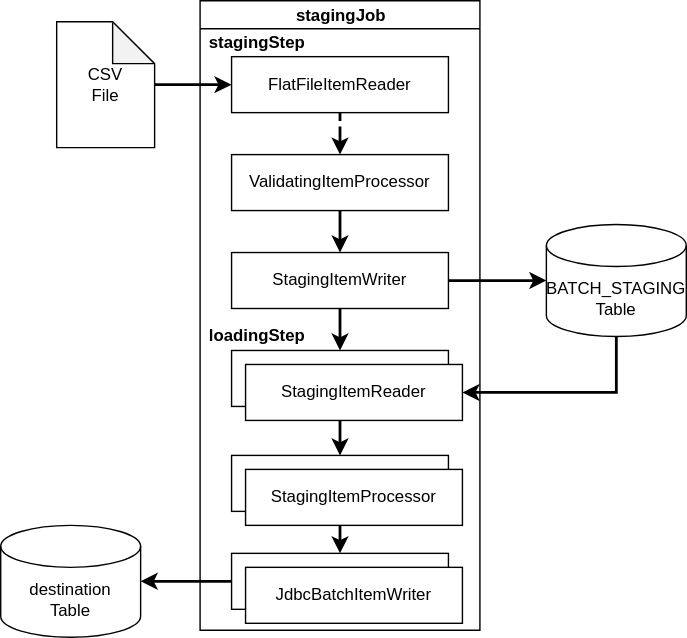
The draw.io diagram images/stagingJob.svg in desprez/springbatch-patterns, before a commit. Source tidied: cells renumbered, new cells last; positions are measured from the earlier drawing's top-left corner, leaving out a move shared by most shapes.
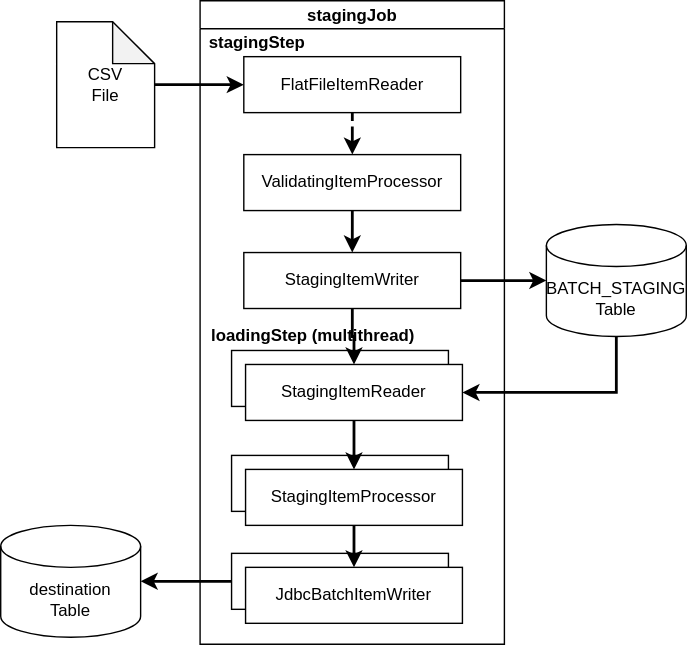
After the commit.

Commit message:
add stagingJob schema

The edit, as a diff of the source:
```diff
@@ -2,81 +2,81 @@
   <root>
     <mxCell id="0" />
     <mxCell id="1" parent="0" />
-    <mxCell id="2" style="edgeStyle=orthogonalEdgeStyle;rounded=0;jettySize=auto;html=1;strokeWidth=2;entryX=0;entryY=0.5;entryDx=0;entryDy=0;" parent="1" edge="1" source="3" target="15">
+    <mxCell id="2" style="edgeStyle=orthogonalEdgeStyle;rounded=0;jettySize=auto;html=1;strokeWidth=2;entryX=0;entryY=0.5;entryDx=0;entryDy=0;" parent="1" edge="1" source="3" target="13">
       <mxGeometry relative="1" as="geometry" />
     </mxCell>
     <mxCell id="3" value="&lt;div&gt;CSV&lt;/div&gt;&lt;div&gt;File&lt;br&gt;&lt;/div&gt;" style="shape=note;whiteSpace=wrap;html=1;backgroundOutline=1;darkOpacity=0.05;" parent="1" vertex="1">
       <mxGeometry x="40" y="15" width="70" height="90" as="geometry" />
     </mxCell>
     <mxCell id="4" value="stagingJob" style="swimlane;html=1;startSize=20;horizontal=1;containerType=tree;labelPosition=center;verticalLabelPosition=middle;align=center;verticalAlign=bottom;" parent="1" vertex="1">
-      <mxGeometry x="142.5" width="200" height="450" as="geometry" />
+      <mxGeometry x="142.5" width="217.5" height="460" as="geometry" />
     </mxCell>
-    <mxCell id="5" style="edgeStyle=elbowEdgeStyle;elbow=vertical;startArrow=none;endArrow=classic;rounded=0;strokeWidth=2;startFill=0;endFill=1;" parent="4" edge="1" source="6" target="9">
-      <mxGeometry relative="1" as="geometry" />
+    <mxCell id="5" value="StagingItemReader" style="whiteSpace=wrap;html=1;newEdgeStyle={&quot;edgeStyle&quot;:&quot;elbowEdgeStyle&quot;,&quot;startArrow&quot;:&quot;none&quot;,&quot;endArrow&quot;:&quot;none&quot;};" parent="4" vertex="1">
+      <mxGeometry x="22.5" y="250" width="155" height="40" as="geometry" />
     </mxCell>
-    <mxCell id="6" value="StagingItemReader" style="whiteSpace=wrap;html=1;newEdgeStyle={&quot;edgeStyle&quot;:&quot;elbowEdgeStyle&quot;,&quot;startArrow&quot;:&quot;none&quot;,&quot;endArrow&quot;:&quot;none&quot;};" parent="4" vertex="1">
-      <mxGeometry x="22.5" y="250" width="155" height="40" as="geometry" />
+    <mxCell id="6" value="JdbcBatchItemWriter" style="whiteSpace=wrap;html=1;newEdgeStyle={&quot;edgeStyle&quot;:&quot;elbowEdgeStyle&quot;,&quot;startArrow&quot;:&quot;none&quot;,&quot;endArrow&quot;:&quot;none&quot;};" parent="4" vertex="1">
+      <mxGeometry x="22.5" y="395" width="155" height="40" as="geometry" />
     </mxCell>
-    <mxCell id="7" value="JdbcBatchItemWriter" style="whiteSpace=wrap;html=1;newEdgeStyle={&quot;edgeStyle&quot;:&quot;elbowEdgeStyle&quot;,&quot;startArrow&quot;:&quot;none&quot;,&quot;endArrow&quot;:&quot;none&quot;};" parent="4" vertex="1">
-      <mxGeometry x="22.5" y="395" width="155" height="40" as="geometry" />
+    <mxCell id="7" value="StagingItemProcessor" style="whiteSpace=wrap;html=1;newEdgeStyle={&quot;edgeStyle&quot;:&quot;elbowEdgeStyle&quot;,&quot;startArrow&quot;:&quot;none&quot;,&quot;endArrow&quot;:&quot;none&quot;};" parent="4" vertex="1">
+      <mxGeometry x="22.5" y="325" width="155" height="40" as="geometry" />
     </mxCell>
-    <mxCell id="8" style="edgeStyle=elbowEdgeStyle;elbow=vertical;startArrow=none;endArrow=classic;rounded=0;endFill=1;strokeWidth=2;" parent="4" edge="1" source="9" target="7">
-      <mxGeometry relative="1" as="geometry" />
+    <mxCell id="8" value="loadingStep (multithread)" style="text;html=1;align=center;verticalAlign=middle;fontStyle=1;" parent="4" vertex="1">
+      <mxGeometry y="230" width="160" height="20" as="geometry" />
     </mxCell>
-    <mxCell id="9" value="StagingItemProcessor" style="whiteSpace=wrap;html=1;newEdgeStyle={&quot;edgeStyle&quot;:&quot;elbowEdgeStyle&quot;,&quot;startArrow&quot;:&quot;none&quot;,&quot;endArrow&quot;:&quot;none&quot;};" parent="4" vertex="1">
-      <mxGeometry x="22.5" y="325" width="155" height="40" as="geometry" />
+    <mxCell id="9" value="stagingStep" style="text;html=1;align=center;verticalAlign=middle;points=[];fontStyle=1;" parent="4" vertex="1">
+      <mxGeometry y="20" width="80" height="20" as="geometry" />
     </mxCell>
-    <mxCell id="10" value="loadingStep" style="text;html=1;align=center;verticalAlign=middle;fontStyle=1;" parent="4" vertex="1">
-      <mxGeometry y="230" width="80" height="20" as="geometry" />
+    <mxCell id="10" style="edgeStyle=orthogonalEdgeStyle;rounded=0;jettySize=auto;html=1;strokeWidth=2;entryX=0.5;entryY=0;entryDx=0;entryDy=0;" parent="4" edge="1" source="11" target="14">
+      <mxGeometry relative="1" as="geometry" />
     </mxCell>
-    <mxCell id="11" value="stagingStep" style="text;html=1;align=center;verticalAlign=middle;points=[];fontStyle=1;" parent="4" vertex="1">
-      <mxGeometry y="20" width="80" height="20" as="geometry" />
+    <mxCell id="11" value="ValidatingItemProcessor" style="whiteSpace=wrap;html=1;newEdgeStyle={&quot;edgeStyle&quot;:&quot;elbowEdgeStyle&quot;,&quot;startArrow&quot;:&quot;none&quot;,&quot;endArrow&quot;:&quot;none&quot;};" parent="4" vertex="1">
+      <mxGeometry x="31.2" y="110" width="155" height="40" as="geometry" />
     </mxCell>
-    <mxCell id="12" style="edgeStyle=orthogonalEdgeStyle;rounded=0;jettySize=auto;html=1;strokeWidth=2;entryX=0.5;entryY=0;entryDx=0;entryDy=0;" parent="4" edge="1" source="13" target="17">
+    <mxCell id="12" style="edgeStyle=orthogonalEdgeStyle;rounded=0;jettySize=auto;html=1;dashed=1;strokeWidth=2;" parent="4" edge="1" source="13" target="11">
       <mxGeometry relative="1" as="geometry" />
     </mxCell>
-    <mxCell id="13" value="ValidatingItemProcessor" style="whiteSpace=wrap;html=1;newEdgeStyle={&quot;edgeStyle&quot;:&quot;elbowEdgeStyle&quot;,&quot;startArrow&quot;:&quot;none&quot;,&quot;endArrow&quot;:&quot;none&quot;};" parent="4" vertex="1">
-      <mxGeometry x="22.5" y="110" width="155" height="40" as="geometry" />
+    <mxCell id="13" value="FlatFileItemReader" style="whiteSpace=wrap;html=1;newEdgeStyle={&quot;edgeStyle&quot;:&quot;elbowEdgeStyle&quot;,&quot;startArrow&quot;:&quot;none&quot;,&quot;endArrow&quot;:&quot;none&quot;};" parent="4" vertex="1">
+      <mxGeometry x="31.2" y="40" width="155" height="40" as="geometry" />
     </mxCell>
-    <mxCell id="14" style="edgeStyle=orthogonalEdgeStyle;rounded=0;jettySize=auto;html=1;dashed=1;strokeWidth=2;" parent="4" edge="1" source="15" target="13">
-      <mxGeometry relative="1" as="geometry" />
+    <mxCell id="14" value="StagingItemWriter" style="whiteSpace=wrap;html=1;newEdgeStyle={&quot;edgeStyle&quot;:&quot;elbowEdgeStyle&quot;,&quot;startArrow&quot;:&quot;none&quot;,&quot;endArrow&quot;:&quot;none&quot;};" parent="4" vertex="1">
+      <mxGeometry x="31.2" y="180" width="155" height="40" as="geometry" />
     </mxCell>
-    <mxCell id="15" value="FlatFileItemReader" style="whiteSpace=wrap;html=1;newEdgeStyle={&quot;edgeStyle&quot;:&quot;elbowEdgeStyle&quot;,&quot;startArrow&quot;:&quot;none&quot;,&quot;endArrow&quot;:&quot;none&quot;};" parent="4" vertex="1">
-      <mxGeometry x="22.5" y="40" width="155" height="40" as="geometry" />
+    <mxCell id="15" style="edgeStyle=orthogonalEdgeStyle;rounded=0;jettySize=auto;html=1;entryX=1;entryY=0.5;entryDx=0;entryDy=0;strokeWidth=2;" parent="1" edge="1" source="16" target="21">
+      <mxGeometry relative="1" as="geometry">
+        <Array as="points">
+          <mxPoint x="440" y="280" />
+        </Array>
+      </mxGeometry>
     </mxCell>
-    <mxCell id="16" style="edgeStyle=orthogonalEdgeStyle;rounded=0;jettySize=auto;html=1;strokeWidth=2;" parent="4" edge="1" source="17" target="6">
-      <mxGeometry relative="1" as="geometry" />
+    <mxCell id="16" value="&lt;div&gt;BATCH_STAGING&lt;/div&gt;&lt;div&gt;Table&lt;/div&gt;" style="shape=cylinder3;whiteSpace=wrap;html=1;boundedLbl=1;backgroundOutline=1;size=15;" parent="1" vertex="1">
+      <mxGeometry x="390" y="160" width="100" height="80" as="geometry" />
     </mxCell>
-    <mxCell id="17" value="StagingItemWriter" style="whiteSpace=wrap;html=1;newEdgeStyle={&quot;edgeStyle&quot;:&quot;elbowEdgeStyle&quot;,&quot;startArrow&quot;:&quot;none&quot;,&quot;endArrow&quot;:&quot;none&quot;};" parent="4" vertex="1">
-      <mxGeometry x="22.5" y="180" width="155" height="40" as="geometry" />
+    <mxCell id="17" style="edgeStyle=orthogonalEdgeStyle;rounded=0;jettySize=auto;html=1;strokeWidth=2;" parent="1" edge="1" source="14" target="16">
+      <mxGeometry relative="1" as="geometry" />
     </mxCell>
-    <mxCell id="18" style="edgeStyle=orthogonalEdgeStyle;rounded=0;jettySize=auto;html=1;entryX=1;entryY=0.5;entryDx=0;entryDy=0;strokeWidth=2;" parent="1" edge="1" source="19" target="23">
-      <mxGeometry relative="1" as="geometry">
-        <Array as="points">
-          <mxPoint x="440" y="280" />
-        </Array>
-      </mxGeometry>
+    <mxCell id="18" value="&lt;div&gt;destination&lt;br&gt;&lt;/div&gt;&lt;div&gt;Table&lt;/div&gt;" style="shape=cylinder3;whiteSpace=wrap;html=1;boundedLbl=1;backgroundOutline=1;size=15;" parent="1" vertex="1">
+      <mxGeometry y="375" width="100" height="80" as="geometry" />
     </mxCell>
-    <mxCell id="19" value="&lt;div&gt;BATCH_STAGING&lt;/div&gt;&lt;div&gt;Table&lt;/div&gt;" style="shape=cylinder3;whiteSpace=wrap;html=1;boundedLbl=1;backgroundOutline=1;size=15;" parent="1" vertex="1">
-      <mxGeometry x="390" y="160" width="100" height="80" as="geometry" />
+    <mxCell id="19" style="edgeStyle=orthogonalEdgeStyle;rounded=0;jettySize=auto;html=1;strokeWidth=2;" parent="1" edge="1" source="6" target="18">
+      <mxGeometry relative="1" as="geometry" />
     </mxCell>
-    <mxCell id="20" style="edgeStyle=orthogonalEdgeStyle;rounded=0;jettySize=auto;html=1;strokeWidth=2;" parent="1" edge="1" source="17" target="19">
+    <mxCell id="20" style="edgeStyle=orthogonalEdgeStyle;rounded=0;jettySize=auto;html=1;entryX=0.5;entryY=0;entryDx=0;entryDy=0;strokeWidth=2;" parent="1" edge="1" source="21" target="23">
       <mxGeometry relative="1" as="geometry" />
     </mxCell>
-    <mxCell id="21" value="&lt;div&gt;destination&lt;br&gt;&lt;/div&gt;&lt;div&gt;Table&lt;/div&gt;" style="shape=cylinder3;whiteSpace=wrap;html=1;boundedLbl=1;backgroundOutline=1;size=15;" parent="1" vertex="1">
-      <mxGeometry y="375" width="100" height="80" as="geometry" />
+    <mxCell id="21" value="StagingItemReader" style="whiteSpace=wrap;html=1;newEdgeStyle={&quot;edgeStyle&quot;:&quot;elbowEdgeStyle&quot;,&quot;startArrow&quot;:&quot;none&quot;,&quot;endArrow&quot;:&quot;none&quot;};" parent="1" vertex="1">
+      <mxGeometry x="175" y="260" width="155" height="40" as="geometry" />
     </mxCell>
-    <mxCell id="22" style="edgeStyle=orthogonalEdgeStyle;rounded=0;jettySize=auto;html=1;strokeWidth=2;" parent="1" edge="1" source="7" target="21">
-      <mxGeometry relative="1" as="geometry" />
+    <mxCell id="22" value="JdbcBatchItemWriter" style="whiteSpace=wrap;html=1;newEdgeStyle={&quot;edgeStyle&quot;:&quot;elbowEdgeStyle&quot;,&quot;startArrow&quot;:&quot;none&quot;,&quot;endArrow&quot;:&quot;none&quot;};" parent="1" vertex="1">
+      <mxGeometry x="175" y="405" width="155" height="40" as="geometry" />
     </mxCell>
-    <mxCell id="23" value="StagingItemReader" style="whiteSpace=wrap;html=1;newEdgeStyle={&quot;edgeStyle&quot;:&quot;elbowEdgeStyle&quot;,&quot;startArrow&quot;:&quot;none&quot;,&quot;endArrow&quot;:&quot;none&quot;};" parent="1" vertex="1">
-      <mxGeometry x="175" y="260" width="155" height="40" as="geometry" />
+    <mxCell id="23" value="StagingItemProcessor" style="whiteSpace=wrap;html=1;newEdgeStyle={&quot;edgeStyle&quot;:&quot;elbowEdgeStyle&quot;,&quot;startArrow&quot;:&quot;none&quot;,&quot;endArrow&quot;:&quot;none&quot;};" parent="1" vertex="1">
+      <mxGeometry x="175" y="335" width="155" height="40" as="geometry" />
     </mxCell>
-    <mxCell id="24" value="JdbcBatchItemWriter" style="whiteSpace=wrap;html=1;newEdgeStyle={&quot;edgeStyle&quot;:&quot;elbowEdgeStyle&quot;,&quot;startArrow&quot;:&quot;none&quot;,&quot;endArrow&quot;:&quot;none&quot;};" parent="1" vertex="1">
-      <mxGeometry x="175" y="405" width="155" height="40" as="geometry" />
+    <mxCell id="24" style="edgeStyle=elbowEdgeStyle;elbow=vertical;startArrow=none;endArrow=classic;rounded=0;endFill=1;strokeWidth=2;entryX=0.5;entryY=0;entryDx=0;entryDy=0;exitX=0.5;exitY=1;exitDx=0;exitDy=0;" parent="1" edge="1" source="23" target="22">
+      <mxGeometry relative="1" as="geometry" />
     </mxCell>
-    <mxCell id="25" value="StagingItemProcessor" style="whiteSpace=wrap;html=1;newEdgeStyle={&quot;edgeStyle&quot;:&quot;elbowEdgeStyle&quot;,&quot;startArrow&quot;:&quot;none&quot;,&quot;endArrow&quot;:&quot;none&quot;};" parent="1" vertex="1">
-      <mxGeometry x="175" y="335" width="155" height="40" as="geometry" />
+    <mxCell id="25" style="edgeStyle=orthogonalEdgeStyle;rounded=0;jettySize=auto;html=1;entryX=0.5;entryY=0;entryDx=0;entryDy=0;strokeWidth=2;" parent="1" edge="1" source="14" target="21">
+      <mxGeometry relative="1" as="geometry" />
     </mxCell>
   </root>
 </mxGraphModel>
```
